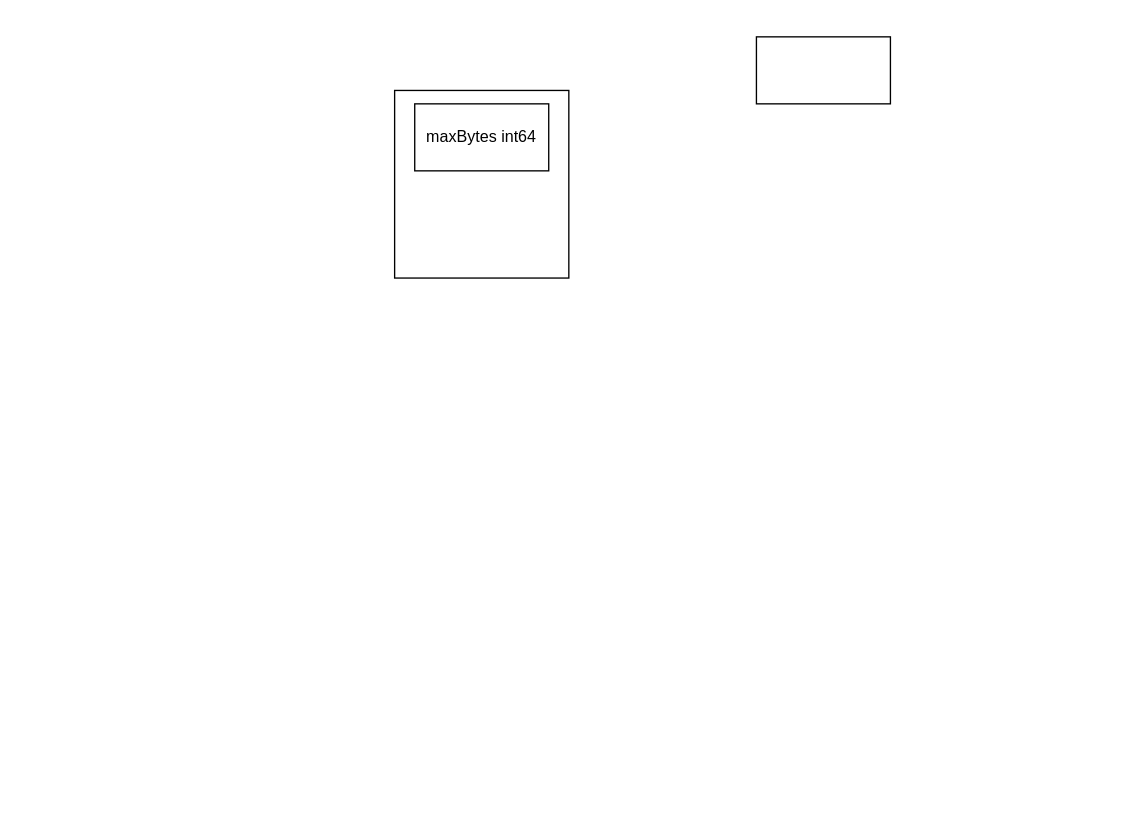
Earlier version of the draw.io diagram test.drawio (zecraid/draw_repo). Source tidied: cells renumbered, new cells numbered last; positions are measured from the earlier drawing's top-left corner, leaving out a move shared by most shapes. Both pictures are drawn from the tidied source at 134%, with x=0, y=0 at pixel (394, 36).
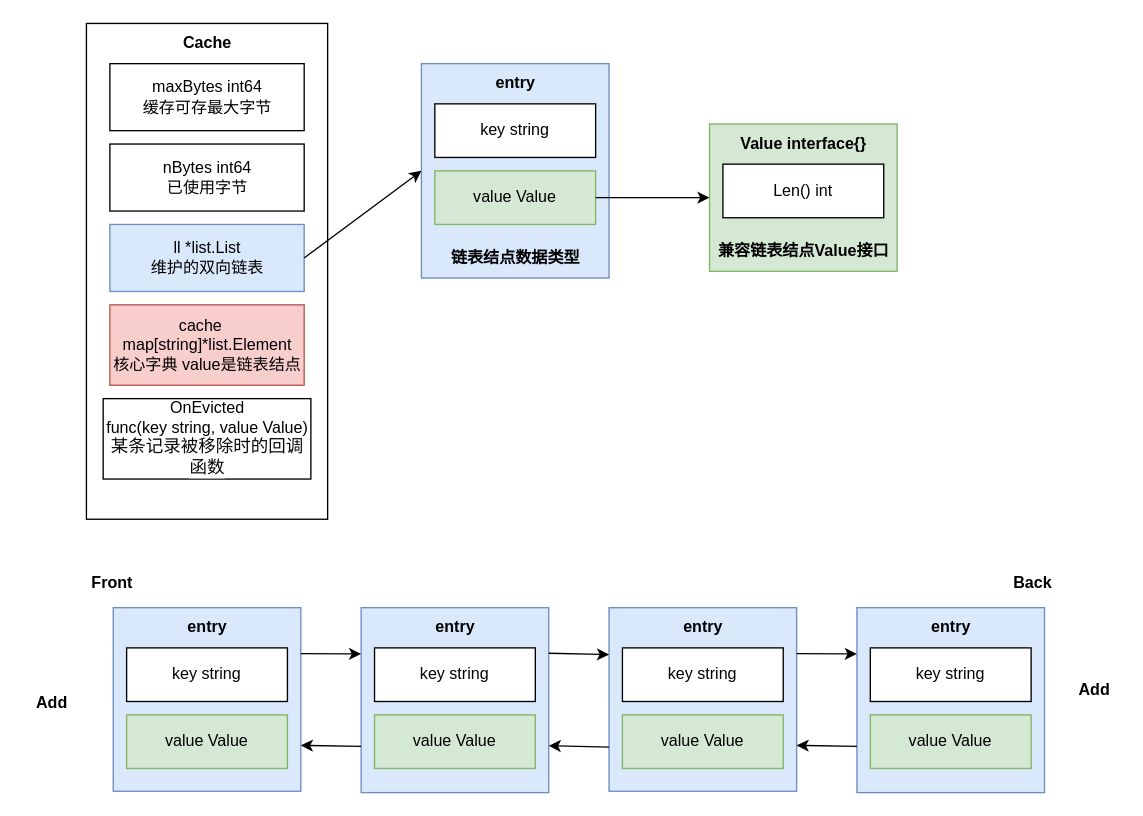
Above is the later version.

Change to the diagram source:
```diff
@@
     <mxCell id="2" style="rounded=0;whiteSpace=wrap;html=1;" parent="1" vertex="1">
-      <mxGeometry y="40" width="130" height="140" as="geometry" />
+      <mxGeometry x="-230" y="-10" width="180" height="370" as="geometry" />
     </mxCell>
-    <mxCell id="3" value="maxBytes int64" style="rounded=0;whiteSpace=wrap;html=1;" parent="1" vertex="1">
-      <mxGeometry x="15" y="50" width="100" height="50" as="geometry" />
+    <mxCell id="3" value="maxBytes int64&lt;br&gt;缓存可存最大字节" style="rounded=0;whiteSpace=wrap;html=1;" parent="1" vertex="1">
+      <mxGeometry x="-212.5" y="20" width="145" height="50" as="geometry" />
     </mxCell>
-    <mxCell id="4" style="rounded=0;whiteSpace=wrap;html=1;" parent="1" vertex="1">
-      <mxGeometry x="270" width="100" height="50" as="geometry" />
+    <mxCell id="4" style="rounded=0;whiteSpace=wrap;html=1;fillColor=#dae8fc;strokeColor=#6c8ebf;" parent="1" vertex="1">
+      <mxGeometry x="20" y="20" width="140" height="160" as="geometry" />
     </mxCell>
+    <mxCell id="5" value="&lt;b&gt;Cache&lt;/b&gt;" style="text;html=1;align=center;verticalAlign=middle;strokeColor=none;fillColor=none;" parent="1" vertex="1">
+      <mxGeometry x="-170" y="-10" width="60" height="30" as="geometry" />
+    </mxCell>
+    <mxCell id="6" value="nBytes int64&lt;br&gt;已使用字节" style="rounded=0;whiteSpace=wrap;html=1;" parent="1" vertex="1">
+      <mxGeometry x="-212.5" y="80" width="145" height="50" as="geometry" />
+    </mxCell>
+    <mxCell id="7" value="ll&amp;nbsp;*list.List&lt;br&gt;维护的双向链表" style="rounded=0;whiteSpace=wrap;html=1;fillColor=#dae8fc;strokeColor=#6c8ebf;" parent="1" vertex="1">
+      <mxGeometry x="-212.5" y="140" width="145" height="50" as="geometry" />
+    </mxCell>
+    <mxCell id="8" value="cache&amp;nbsp; &amp;nbsp; map[string]*list.Element&lt;br&gt;核心字典 value是链表结点" style="rounded=0;whiteSpace=wrap;html=1;fillColor=#f8cecc;strokeColor=#b85450;" parent="1" vertex="1">
+      <mxGeometry x="-212.5" y="200" width="145" height="60" as="geometry" />
+    </mxCell>
+    <mxCell id="9" value="OnEvicted&lt;br&gt;func(key string, value Value)&lt;br&gt;&lt;span style=&quot;background-color: rgb(255, 255, 255); color: rgb(8, 8, 8); font-family: Menlo-Regular, monospace; font-size: 9.8pt;&quot;&gt;某条记录被移除时的回调函数&lt;/span&gt;" style="rounded=0;whiteSpace=wrap;html=1;" parent="1" vertex="1">
+      <mxGeometry x="-217.5" y="270" width="155" height="60" as="geometry" />
+    </mxCell>
+    <mxCell id="10" value="&lt;b&gt;entry&lt;/b&gt;" style="text;html=1;align=center;verticalAlign=middle;strokeColor=none;fillColor=none;" parent="1" vertex="1">
+      <mxGeometry x="65" y="20" width="50" height="30" as="geometry" />
+    </mxCell>
+    <mxCell id="11" value="key string&lt;br&gt;" style="rounded=0;whiteSpace=wrap;html=1;" parent="1" vertex="1">
+      <mxGeometry x="30" y="50" width="120" height="40" as="geometry" />
+    </mxCell>
+    <mxCell id="12" value="value Value" style="rounded=0;whiteSpace=wrap;html=1;fillColor=#d5e8d4;strokeColor=#82b366;" parent="1" vertex="1">
+      <mxGeometry x="30" y="100" width="120" height="40" as="geometry" />
+    </mxCell>
+    <mxCell id="13" value="&lt;b&gt;链表结点数据类型&lt;/b&gt;" style="text;html=1;align=center;verticalAlign=middle;strokeColor=none;fillColor=none;" parent="1" vertex="1">
+      <mxGeometry x="30" y="150" width="120" height="30" as="geometry" />
+    </mxCell>
+    <mxCell id="14" style="rounded=0;whiteSpace=wrap;html=1;fillColor=#d5e8d4;strokeColor=#82b366;" parent="1" vertex="1">
+      <mxGeometry x="235" y="65" width="140" height="110" as="geometry" />
+    </mxCell>
+    <mxCell id="15" value="&lt;b&gt;Value interface{}&lt;/b&gt;" style="text;html=1;align=center;verticalAlign=middle;strokeColor=none;fillColor=none;" parent="1" vertex="1">
+      <mxGeometry x="245" y="65" width="120" height="30" as="geometry" />
+    </mxCell>
+    <mxCell id="16" value="Len() int" style="rounded=0;whiteSpace=wrap;html=1;" parent="1" vertex="1">
+      <mxGeometry x="245" y="95" width="120" height="40" as="geometry" />
+    </mxCell>
+    <mxCell id="17" value="&lt;b&gt;兼容链表结点Value接口&lt;/b&gt;" style="text;html=1;align=center;verticalAlign=middle;strokeColor=none;fillColor=none;" parent="1" vertex="1">
+      <mxGeometry x="230" y="145" width="150" height="30" as="geometry" />
+    </mxCell>
+    <mxCell id="18" style="endArrow=classic;html=1;rounded=0;entryX=0;entryY=0.5;entryDx=0;entryDy=0;" parent="1" edge="1" source="12" target="14">
+      <mxGeometry relative="1" as="geometry" />
+    </mxCell>
+    <mxCell id="19" style="endArrow=classic;html=1;rounded=0;entryX=0;entryY=0.5;entryDx=0;entryDy=0;exitX=1;exitY=0.5;exitDx=0;exitDy=0;" parent="1" edge="1" source="7" target="4">
+      <mxGeometry relative="1" as="geometry" />
+    </mxCell>
+    <mxCell id="20" style="rounded=0;whiteSpace=wrap;html=1;fillColor=#dae8fc;strokeColor=#6c8ebf;" parent="1" vertex="1">
+      <mxGeometry x="-210" y="426" width="140" height="137" as="geometry" />
+    </mxCell>
+    <mxCell id="21" value="&lt;b&gt;entry&lt;/b&gt;" style="text;html=1;align=center;verticalAlign=middle;strokeColor=none;fillColor=none;" parent="1" vertex="1">
+      <mxGeometry x="-165" y="426" width="50" height="30" as="geometry" />
+    </mxCell>
+    <mxCell id="22" value="key string&lt;br&gt;" style="rounded=0;whiteSpace=wrap;html=1;" parent="1" vertex="1">
+      <mxGeometry x="-200" y="456" width="120" height="40" as="geometry" />
+    </mxCell>
+    <mxCell id="23" value="value Value" style="rounded=0;whiteSpace=wrap;html=1;fillColor=#d5e8d4;strokeColor=#82b366;" parent="1" vertex="1">
+      <mxGeometry x="-200" y="506" width="120" height="40" as="geometry" />
+    </mxCell>
+    <mxCell id="24" style="rounded=0;whiteSpace=wrap;html=1;fillColor=#dae8fc;strokeColor=#6c8ebf;" parent="1" vertex="1">
+      <mxGeometry x="-25" y="426" width="140" height="138" as="geometry" />
+    </mxCell>
+    <mxCell id="25" value="&lt;b&gt;entry&lt;/b&gt;" style="text;html=1;align=center;verticalAlign=middle;strokeColor=none;fillColor=none;" parent="1" vertex="1">
+      <mxGeometry x="20" y="426" width="50" height="30" as="geometry" />
+    </mxCell>
+    <mxCell id="26" value="key string&lt;br&gt;" style="rounded=0;whiteSpace=wrap;html=1;" parent="1" vertex="1">
+      <mxGeometry x="-15" y="456" width="120" height="40" as="geometry" />
+    </mxCell>
+    <mxCell id="27" value="value Value" style="rounded=0;whiteSpace=wrap;html=1;fillColor=#d5e8d4;strokeColor=#82b366;" parent="1" vertex="1">
+      <mxGeometry x="-15" y="506" width="120" height="40" as="geometry" />
+    </mxCell>
+    <mxCell id="28" style="endArrow=classic;html=1;rounded=0;entryX=0;entryY=0.25;entryDx=0;entryDy=0;exitX=1;exitY=0.25;exitDx=0;exitDy=0;" parent="1" edge="1" source="20" target="24">
+      <mxGeometry relative="1" as="geometry" />
+    </mxCell>
+    <mxCell id="29" style="endArrow=classic;html=1;rounded=0;entryX=1;entryY=0.75;entryDx=0;entryDy=0;exitX=0;exitY=0.75;exitDx=0;exitDy=0;" parent="1" edge="1" source="24" target="20">
+      <mxGeometry relative="1" as="geometry" />
+    </mxCell>
+    <mxCell id="30" style="rounded=0;whiteSpace=wrap;html=1;fillColor=#dae8fc;strokeColor=#6c8ebf;" parent="1" vertex="1">
+      <mxGeometry x="160" y="426" width="140" height="137" as="geometry" />
+    </mxCell>
+    <mxCell id="31" value="&lt;b&gt;entry&lt;/b&gt;" style="text;html=1;align=center;verticalAlign=middle;strokeColor=none;fillColor=none;" parent="1" vertex="1">
+      <mxGeometry x="205" y="426" width="50" height="30" as="geometry" />
+    </mxCell>
+    <mxCell id="32" value="key string&lt;br&gt;" style="rounded=0;whiteSpace=wrap;html=1;" parent="1" vertex="1">
+      <mxGeometry x="170" y="456" width="120" height="40" as="geometry" />
+    </mxCell>
+    <mxCell id="33" value="value Value" style="rounded=0;whiteSpace=wrap;html=1;fillColor=#d5e8d4;strokeColor=#82b366;" parent="1" vertex="1">
+      <mxGeometry x="170" y="506" width="120" height="40" as="geometry" />
+    </mxCell>
+    <mxCell id="34" style="rounded=0;whiteSpace=wrap;html=1;fillColor=#dae8fc;strokeColor=#6c8ebf;" parent="1" vertex="1">
+      <mxGeometry x="345" y="426" width="140" height="138" as="geometry" />
+    </mxCell>
+    <mxCell id="35" value="&lt;b&gt;entry&lt;/b&gt;" style="text;html=1;align=center;verticalAlign=middle;strokeColor=none;fillColor=none;" parent="1" vertex="1">
+      <mxGeometry x="390" y="426" width="50" height="30" as="geometry" />
+    </mxCell>
+    <mxCell id="36" value="key string&lt;br&gt;" style="rounded=0;whiteSpace=wrap;html=1;" parent="1" vertex="1">
+      <mxGeometry x="355" y="456" width="120" height="40" as="geometry" />
+    </mxCell>
+    <mxCell id="37" value="value Value" style="rounded=0;whiteSpace=wrap;html=1;fillColor=#d5e8d4;strokeColor=#82b366;" parent="1" vertex="1">
+      <mxGeometry x="355" y="506" width="120" height="40" as="geometry" />
+    </mxCell>
+    <mxCell id="38" style="endArrow=classic;html=1;rounded=0;entryX=0;entryY=0.25;entryDx=0;entryDy=0;exitX=1;exitY=0.25;exitDx=0;exitDy=0;" parent="1" edge="1" source="30" target="34">
+      <mxGeometry relative="1" as="geometry" />
+    </mxCell>
+    <mxCell id="39" style="endArrow=classic;html=1;rounded=0;entryX=1;entryY=0.75;entryDx=0;entryDy=0;exitX=0;exitY=0.75;exitDx=0;exitDy=0;" parent="1" edge="1" source="34" target="30">
+      <mxGeometry relative="1" as="geometry" />
+    </mxCell>
+    <mxCell id="40" style="endArrow=classic;html=1;rounded=0;entryX=0;entryY=0.25;entryDx=0;entryDy=0;exitX=1;exitY=0.25;exitDx=0;exitDy=0;" parent="1" edge="1">
+      <mxGeometry relative="1" as="geometry">
+        <mxPoint x="115" y="460" as="sourcePoint" />
+        <mxPoint x="160" y="461" as="targetPoint" />
+      </mxGeometry>
+    </mxCell>
+    <mxCell id="41" style="endArrow=classic;html=1;rounded=0;entryX=1;entryY=0.75;entryDx=0;entryDy=0;exitX=0;exitY=0.75;exitDx=0;exitDy=0;" parent="1" edge="1">
+      <mxGeometry relative="1" as="geometry">
+        <mxPoint x="160" y="530" as="sourcePoint" />
+        <mxPoint x="115" y="529" as="targetPoint" />
+      </mxGeometry>
+    </mxCell>
+    <mxCell id="42" value="&lt;b&gt;Front&lt;/b&gt;" style="text;html=1;align=center;verticalAlign=middle;strokeColor=none;fillColor=none;" parent="1" vertex="1">
+      <mxGeometry x="-236" y="395" width="49" height="26" as="geometry" />
+    </mxCell>
+    <mxCell id="43" value="&lt;b&gt;Back&lt;/b&gt;" style="text;html=1;align=center;verticalAlign=middle;strokeColor=none;fillColor=none;" parent="1" vertex="1">
+      <mxGeometry x="452" y="395" width="47" height="26" as="geometry" />
+    </mxCell>
+    <mxCell id="44" value="&lt;b&gt;Add&lt;/b&gt;" style="text;html=1;align=center;verticalAlign=middle;strokeColor=none;fillColor=none;" parent="1" vertex="1">
+      <mxGeometry x="-277" y="484" width="41" height="26" as="geometry" />
+    </mxCell>
+    <mxCell id="45" value="&lt;b&gt;Add&lt;/b&gt;" style="text;html=1;align=center;verticalAlign=middle;strokeColor=none;fillColor=none;" parent="1" vertex="1">
+      <mxGeometry x="501" y="475" width="41" height="26" as="geometry" />
+    </mxCell>
```
